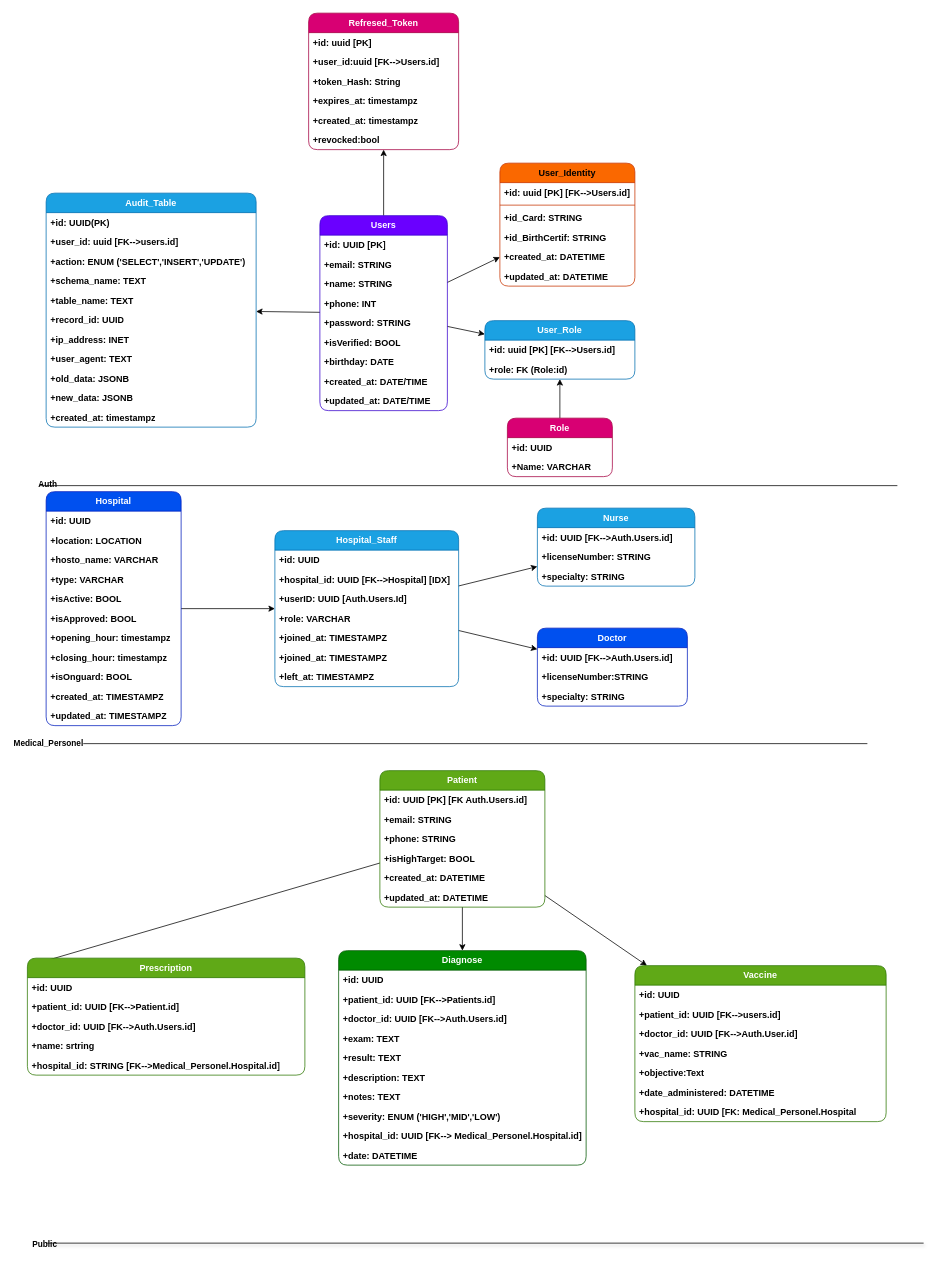
Above: page "Database" (1 of 3) of diagrams/diagrams.drawio in juanvictorqwerty/MedicalPortal (draw.io), before the change. Source tidied: cells renumbered, new cells numbered last; positions are measured from the earlier drawing's top-left corner, leaving out a move shared by most shapes. Both pictures are drawn from the tidied source at 75%, with x=0, y=0 at pixel (27, 13).
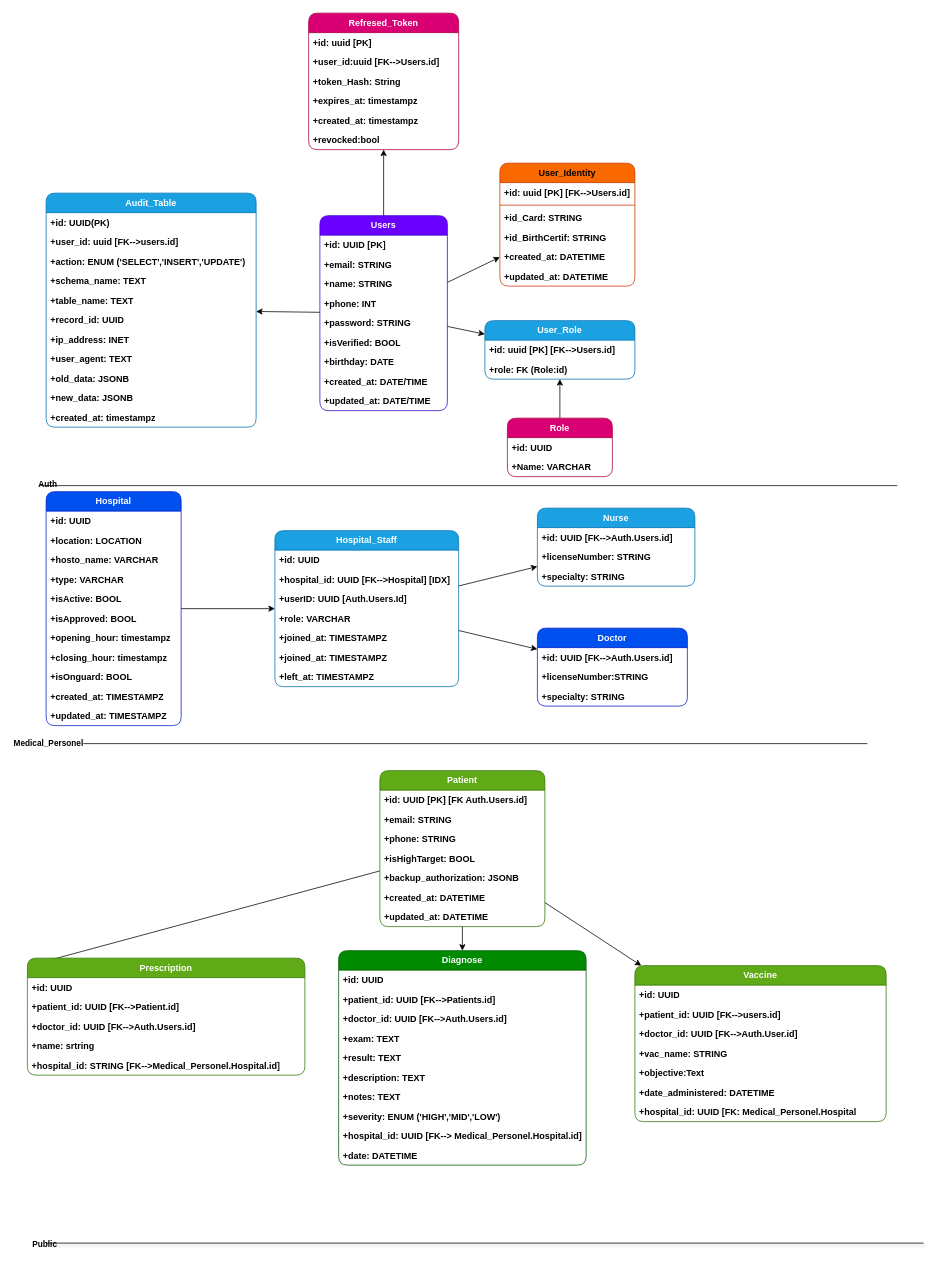
After the change.

Commit message (it also covers changes not shown here):
feat: add backup_authorization field to Patient model, include new use case diagram, and configure VS Code Java settings

Change to the diagram source:
```diff
@@
     <mxCell id="80" value="Patient" style="swimlane;fontStyle=1;horizontal=1;startSize=26;fillColor=#60a917;whiteSpace=wrap;html=1;strokeColor=#2D7600;rounded=1;fontColor=#ffffff;labelBackgroundColor=none;" parent="1" vertex="1">
-      <mxGeometry x="470" y="1010" width="220" height="182" as="geometry" />
+      <mxGeometry x="470" y="1010" width="220" height="208" as="geometry" />
     </mxCell>
@@
+    <mxCell id="121" value="+backup_authorization: JSONB" style="text;strokeColor=none;fillColor=none;align=left;verticalAlign=top;spacingLeft=4;spacingRight=4;overflow=hidden;whiteSpace=wrap;html=1;labelBackgroundColor=none;fontStyle=1;" parent="80" vertex="1">
+      <mxGeometry y="130" width="220" height="26" as="geometry" />
+    </mxCell>
     <mxCell id="85" value="+created_at: DATETIME" style="text;strokeColor=none;fillColor=none;align=left;verticalAlign=top;spacingLeft=4;spacingRight=4;overflow=hidden;whiteSpace=wrap;html=1;labelBackgroundColor=none;fontStyle=1;" parent="80" vertex="1">
-      <mxGeometry y="130" width="220" height="26" as="geometry" />
+      <mxGeometry y="156" width="220" height="26" as="geometry" />
     </mxCell>
     <mxCell id="86" value="+updated_at: DATETIME" style="text;strokeColor=none;fillColor=none;align=left;verticalAlign=top;spacingLeft=4;spacingRight=4;overflow=hidden;whiteSpace=wrap;html=1;labelBackgroundColor=none;fontStyle=1;" parent="80" vertex="1">
-      <mxGeometry y="156" width="220" height="26" as="geometry" />
+      <mxGeometry y="182" width="220" height="26" as="geometry" />
     </mxCell>
```
